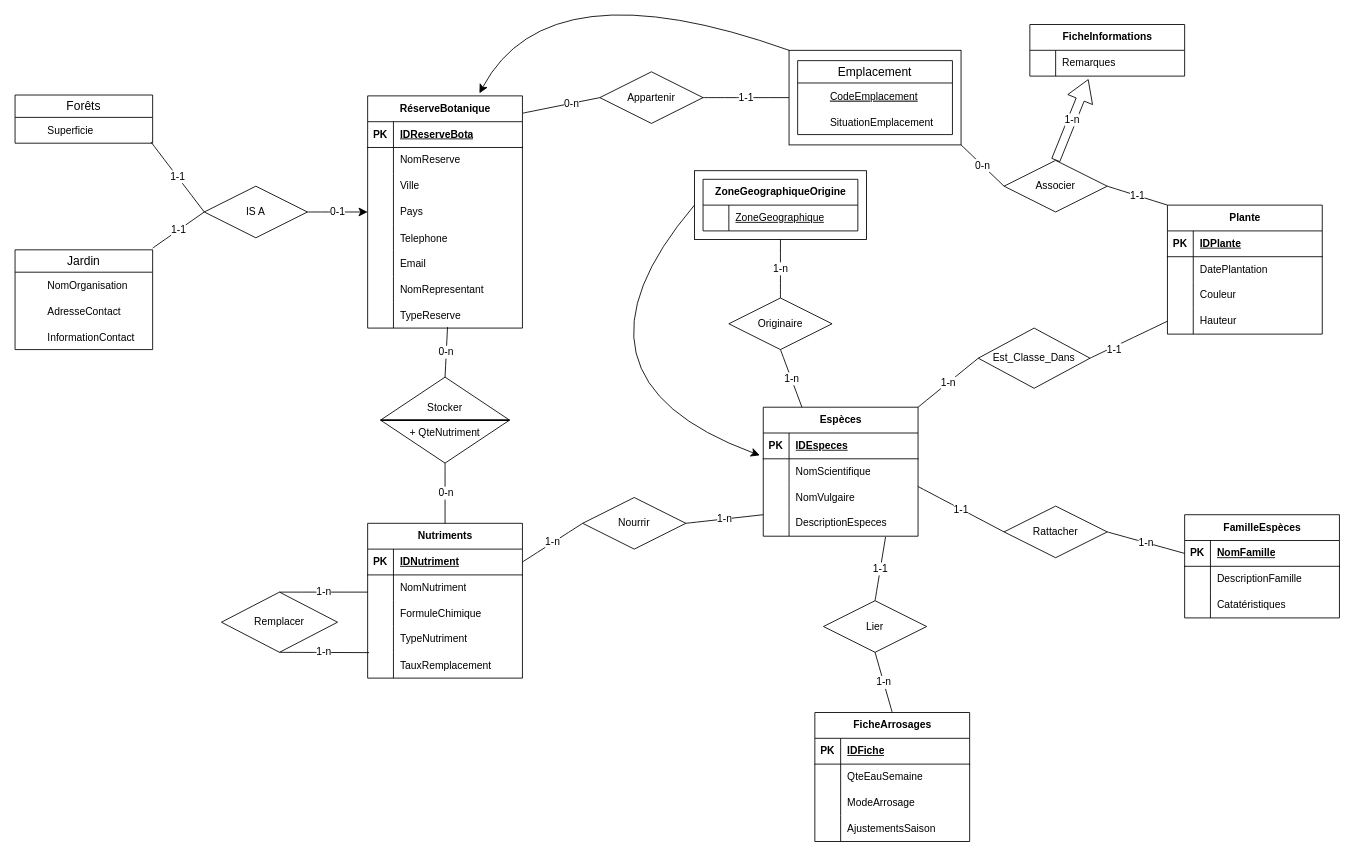
The draw.io diagram SAE3/test.drawio in korasrar/Work, before the edit. Source tidied: cells renumbered, new cells numbered last; positions are measured from the earlier drawing's top-left corner, leaving out a move shared by most shapes. Both pictures are drawn from the tidied source at 86%, with x=0, y=0 at pixel (15, -36).
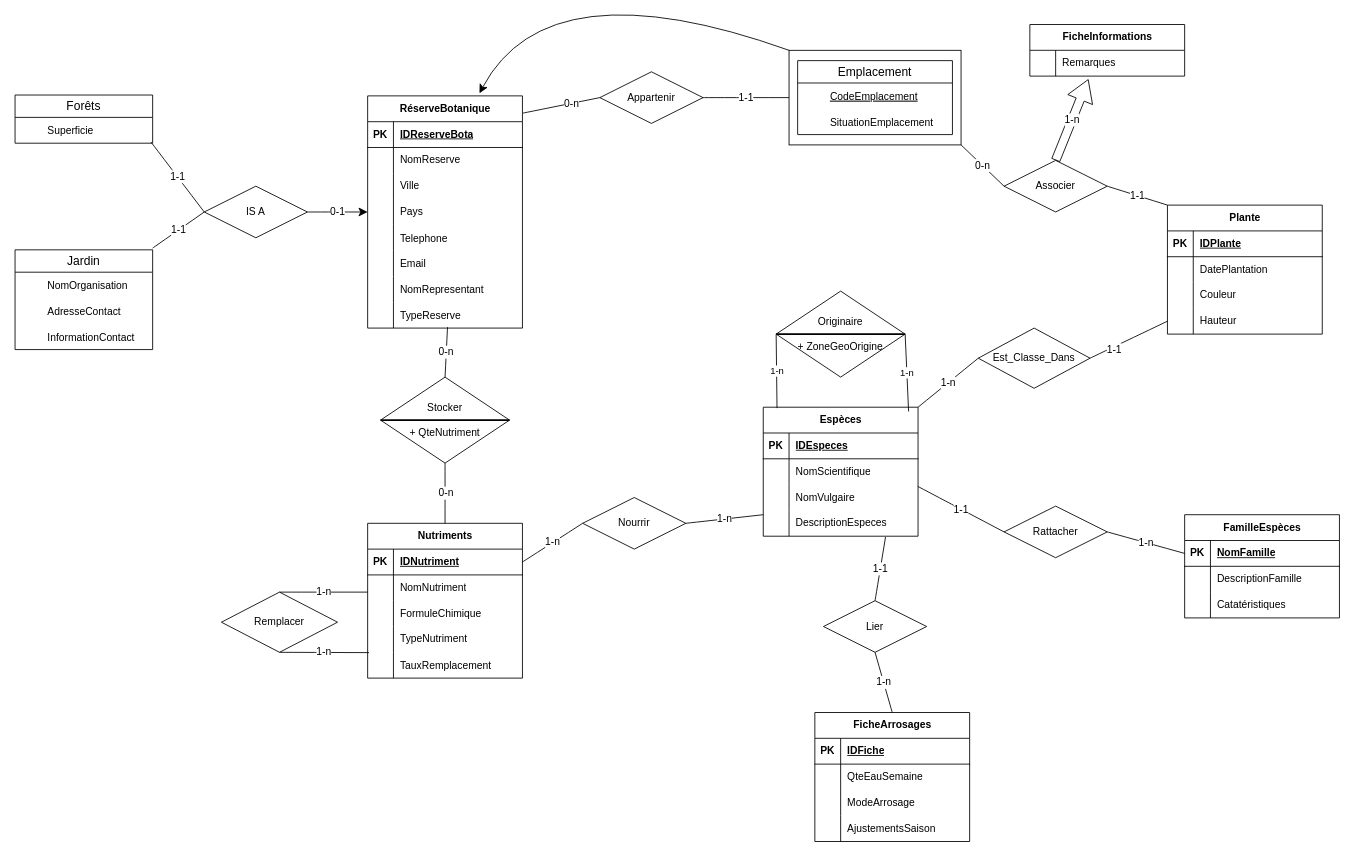
Above is the later version.

Unchanged cells that the change refers to:
```xml
<mxCell id="86" value="Espèces" style="shape=table;startSize=30;childLayout=tableLayout;rowLines=0;fontStyle=1;align=center;html=1;" parent="1" vertex="1">
  <mxGeometry x="870" y="515" width="180" height="150" as="geometry" />
</mxCell>
<mxCell id="87" style="shape=tableRow;horizontal=0;startSize=0;swimlaneHead=0;swimlaneBody=0;fillColor=none;points=[[0,0.5],[1,0.5]];portConstraint=eastwest;top=0;left=0;right=0;bottom=1;" parent="86" vertex="1">
  <mxGeometry y="30" width="180" height="30" as="geometry" />
</mxCell>
```

What changed in the source:
```diff
@@
-    <mxCell id="2" style="rounded=0;whiteSpace=wrap;html=1;" parent="1" vertex="1">
-      <mxGeometry x="790" y="240" width="200" height="80" as="geometry" />
-    </mxCell>
@@
-    <mxCell id="139" value="ZoneGeographiqueOrigine" style="shape=table;startSize=30;childLayout=tableLayout;rowLines=0;fontStyle=1;align=center;html=1;" parent="1" vertex="1">
-      <mxGeometry x="800" y="250" width="180" height="60" as="geometry" />
-    </mxCell>
-    <mxCell id="140" style="shape=tableRow;horizontal=0;startSize=0;swimlaneHead=0;swimlaneBody=0;fillColor=none;top=0;left=0;right=0;bottom=0;" parent="139" vertex="1">
-      <mxGeometry y="30" width="180" height="30" as="geometry" />
-    </mxCell>
-    <mxCell id="141" style="shape=partialRectangle;fillColor=none;top=0;left=0;bottom=0;right=0;overflow=hidden;whiteSpace=wrap;html=1;" parent="140" vertex="1">
-      <mxGeometry width="30" height="30" as="geometry" />
-    </mxCell>
-    <mxCell id="142" value="&lt;u&gt;ZoneGeographique&lt;/u&gt;" style="shape=partialRectangle;fillColor=none;top=0;left=0;bottom=0;right=0;align=left;spacingLeft=6;overflow=hidden;whiteSpace=wrap;html=1;" parent="140" vertex="1">
-      <mxGeometry x="30" width="150" height="30" as="geometry" />
-    </mxCell>
@@
-    <mxCell id="144" value="Originaire" style="shape=rhombus;perimeter=rhombusPerimeter;whiteSpace=wrap;html=1;align=center;" parent="1" vertex="1">
-      <mxGeometry x="830" y="388" width="120" height="60" as="geometry" />
+    <mxCell id="144" value="&lt;div&gt;Originaire&lt;/div&gt;&lt;div&gt;&lt;br&gt;&lt;/div&gt;+ ZoneGeoOrigine" style="shape=rhombus;perimeter=rhombusPerimeter;whiteSpace=wrap;html=1;align=center;" parent="1" vertex="1">
+      <mxGeometry x="885" y="380" width="150" height="100" as="geometry" />
     </mxCell>
@@
-    <mxCell id="148" value="1-n" style="endArrow=none;html=1;rounded=0;fontSize=12;startSize=8;endSize=8;curved=1;entryX=0.25;entryY=0;entryDx=0;entryDy=0;exitX=0.5;exitY=1;exitDx=0;exitDy=0;" parent="1" edge="1" source="144" target="86">
-      <mxGeometry relative="1" as="geometry" />
-    </mxCell>
-    <mxCell id="149" value="1-n" style="endArrow=none;html=1;rounded=0;fontSize=12;startSize=8;endSize=8;curved=1;entryX=0.5;entryY=1;entryDx=0;entryDy=0;exitX=0.5;exitY=0;exitDx=0;exitDy=0;" parent="1" edge="1" source="144" target="2">
-      <mxGeometry relative="1" as="geometry" />
-    </mxCell>
@@
-    <mxCell id="163" style="endArrow=classic;html=1;rounded=0;fontSize=12;startSize=8;endSize=8;curved=1;entryX=-0.022;entryY=0.867;entryDx=0;entryDy=0;entryPerimeter=0;exitX=0;exitY=0.5;exitDx=0;exitDy=0;" parent="1" edge="1" source="2" target="87">
-      <mxGeometry relative="1" as="geometry">
-        <Array as="points">
-          <mxPoint x="620" y="480" />
-        </Array>
-      </mxGeometry>
-    </mxCell>
+    <mxCell id="164" value="1-n" style="endArrow=none;html=1;rounded=0;entryX=0.089;entryY=0.007;entryDx=0;entryDy=0;entryPerimeter=0;exitX=0;exitY=0.5;exitDx=0;exitDy=0;" parent="1" edge="1" source="144" target="86">
+      <mxGeometry relative="1" as="geometry" />
+    </mxCell>
+    <mxCell id="165" value="1-n" style="endArrow=none;html=1;rounded=0;exitX=1;exitY=0.5;exitDx=0;exitDy=0;entryX=0.939;entryY=0.033;entryDx=0;entryDy=0;entryPerimeter=0;" parent="1" edge="1" source="144" target="86">
+      <mxGeometry relative="1" as="geometry" />
+    </mxCell>
+    <mxCell id="166" style="line;strokeWidth=2;html=1;" parent="1" vertex="1">
+      <mxGeometry x="885" y="425" width="150" height="10" as="geometry" />
+    </mxCell>
```
